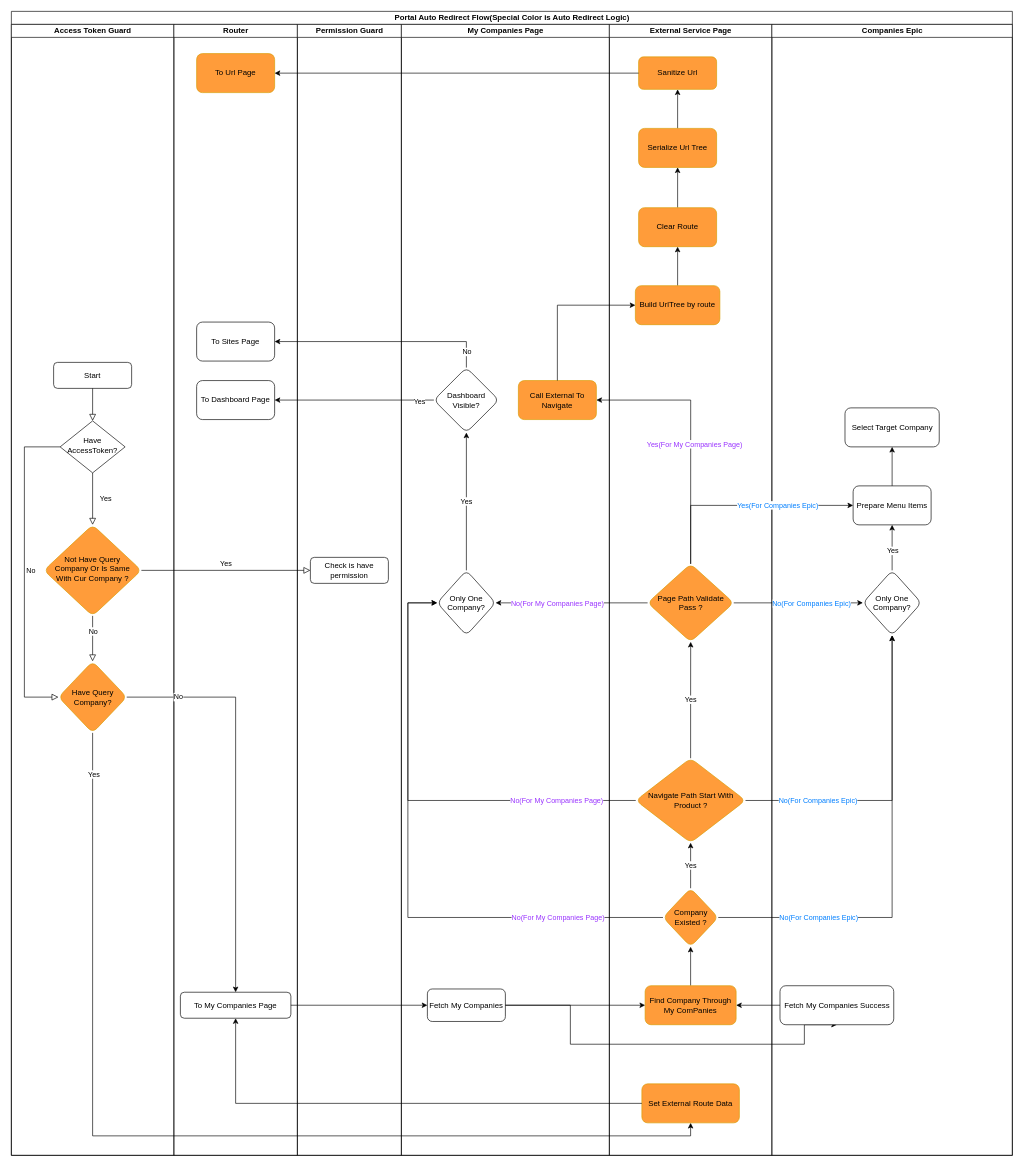
Before: Portal-Auto-Redirect-Flow.drawio in SmileSB1O1/draw-active, a draw.io diagram. Source tidied: cells renumbered, new cells numbered last; positions are measured from the earlier drawing's top-left corner, leaving out a move shared by most shapes. Both pictures are drawn from the tidied source at 65%, with x=0, y=0 at pixel (11, 11).
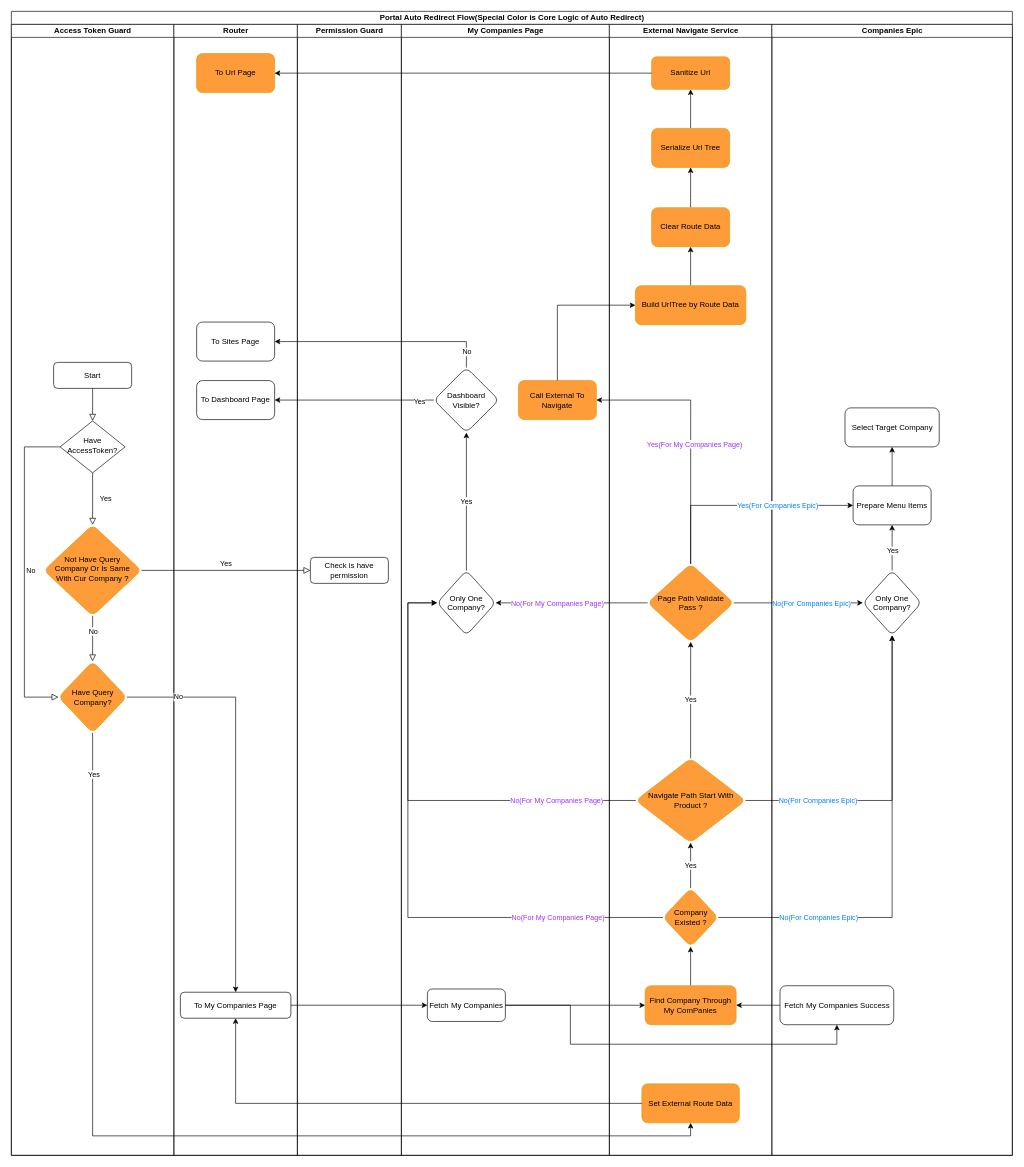
The same diagram, later.

Unchanged cells that the change refers to:
```xml
<mxCell id="21" value="Fetch My Companies" style="rounded=1;whiteSpace=wrap;html=1;" parent="20" vertex="1">
  <mxGeometry x="40" y="1484" width="120" height="50" as="geometry" />
</mxCell>
<mxCell id="73" value="Fetch My Companies Success" style="rounded=1;whiteSpace=wrap;html=1;" parent="72" vertex="1">
  <mxGeometry x="12.5" y="1479" width="175" height="60" as="geometry" />
</mxCell>
```

The edit, as a diff of the source:
```diff
@@
-    <mxCell id="2" value="Portal Auto Redirect Flow(Special Color is Auto Redirect Logic)" style="swimlane;startSize=20;html=1;" parent="1" vertex="1">
+    <mxCell id="2" value="Portal Auto Redirect Flow(Special Color is Core Logic of Auto Redirect)" style="swimlane;startSize=20;html=1;" parent="1" vertex="1">
       <mxGeometry width="1540" height="1760" as="geometry" />
     </mxCell>
@@
-    <mxCell id="35" value="External Service Page" style="swimlane;startSize=20;html=1;" parent="2" vertex="1">
+    <mxCell id="35" value="External Navigate Service" style="swimlane;startSize=20;html=1;" parent="2" vertex="1">
       <mxGeometry x="920" y="20" width="250" height="1740" as="geometry" />
     </mxCell>
@@
-    <mxCell id="37" value="Build UrlTree by route" style="rounded=1;whiteSpace=wrap;html=1;strokeColor=#d79b00;align=center;verticalAlign=middle;fontFamily=Helvetica;fontSize=12;fontColor=default;fillColor=#FF9C3A;" parent="35" vertex="1">
-      <mxGeometry x="40" y="402" width="130" height="60" as="geometry" />
+    <mxCell id="37" value="Build UrlTree by Route Data" style="rounded=1;whiteSpace=wrap;html=1;strokeColor=#d79b00;align=center;verticalAlign=middle;fontFamily=Helvetica;fontSize=12;fontColor=default;fillColor=#FF9C3A;" parent="35" vertex="1">
+      <mxGeometry x="40" y="402" width="170" height="60" as="geometry" />
     </mxCell>
@@
     <mxCell id="40" value="Serialize Url Tree" style="rounded=1;whiteSpace=wrap;html=1;strokeColor=#d79b00;align=center;verticalAlign=middle;fontFamily=Helvetica;fontSize=12;fontColor=default;fillColor=#FF9C3A;" parent="35" vertex="1">
-      <mxGeometry x="45" y="160" width="120" height="60" as="geometry" />
+      <mxGeometry x="65" y="160" width="120" height="60" as="geometry" />
     </mxCell>
@@
-    <mxCell id="42" value="Clear Route" style="whiteSpace=wrap;html=1;rounded=1;strokeColor=#d79b00;align=center;verticalAlign=middle;fontFamily=Helvetica;fontSize=12;fontColor=default;fillColor=#FF9C3A;" parent="35" vertex="1">
-      <mxGeometry x="45" y="282" width="120" height="60" as="geometry" />
+    <mxCell id="42" value="Clear Route Data" style="whiteSpace=wrap;html=1;rounded=1;strokeColor=#d79b00;align=center;verticalAlign=middle;fontFamily=Helvetica;fontSize=12;fontColor=default;fillColor=#FF9C3A;" parent="35" vertex="1">
+      <mxGeometry x="65" y="282" width="120" height="60" as="geometry" />
     </mxCell>
     <mxCell id="43" value="Sanitize Url" style="whiteSpace=wrap;html=1;rounded=1;strokeColor=#d79b00;align=center;verticalAlign=middle;fontFamily=Helvetica;fontSize=12;fontColor=default;fillColor=#FF9C3A;" parent="35" vertex="1">
-      <mxGeometry x="45" y="50" width="120" height="50" as="geometry" />
+      <mxGeometry x="65" y="50" width="120" height="50" as="geometry" />
     </mxCell>
@@
     <mxCell id="70" style="edgeStyle=orthogonalEdgeStyle;rounded=0;jettySize=auto;html=1;exitX=1;exitY=0.5;exitDx=0;exitDy=0;entryX=0.5;entryY=1;entryDx=0;entryDy=0;" parent="2" edge="1" source="21" target="73">
       <mxGeometry relative="1" as="geometry">
         <Array as="points">
           <mxPoint x="860" y="1529" />
           <mxPoint x="860" y="1589" />
-          <mxPoint x="1220" y="1589" />
+          <mxPoint x="1270" y="1589" />
         </Array>
       </mxGeometry>
     </mxCell>
```
